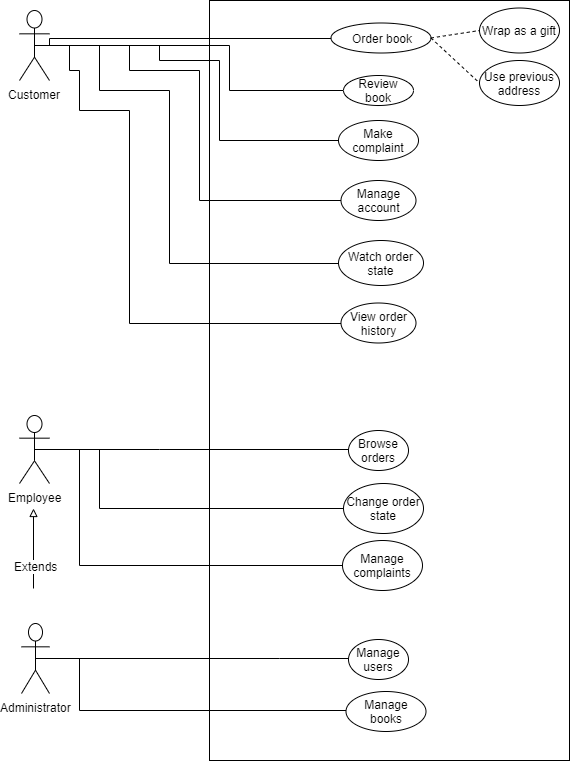
KubikJan7/IWWW keeps this draw.io diagram as term_work/docs/use_case_diagram.png. Above is the earlier version. Source tidied: cells renumbered, new cells last; positions are measured from the earlier drawing's top-left corner, leaving out a move shared by most shapes.
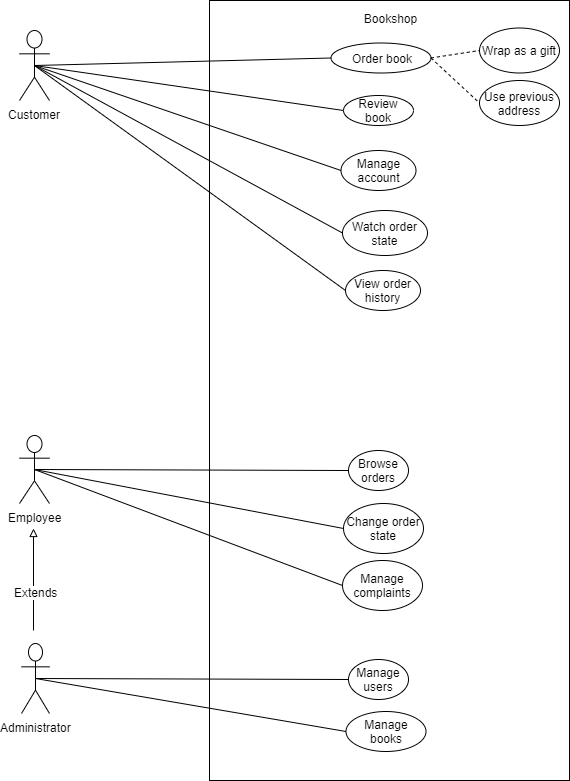
After the commit.

Change to the diagram source:
```diff
@@ -12,65 +12,23 @@
       <mxGeometry x="2" y="623" width="28" height="70" as="geometry" />
     </mxCell>
     <mxCell id="5" style="rounded=0;whiteSpace=wrap;html=1;" parent="1" vertex="1">
-      <mxGeometry x="190" width="360" height="760" as="geometry" />
+      <mxGeometry x="190" y="-20" width="360" height="780" as="geometry" />
     </mxCell>
-    <mxCell id="6" style="edgeStyle=orthogonalEdgeStyle;rounded=0;html=1;entryX=0.5;entryY=0.5;entryPerimeter=0;endArrow=none;endFill=0;jettySize=auto;" parent="1" edge="1" source="7" target="4">
-      <mxGeometry relative="1" as="geometry">
-        <Array as="points">
-          <mxPoint x="60" y="710" />
-          <mxPoint x="60" y="658" />
-        </Array>
-      </mxGeometry>
-    </mxCell>
     <mxCell id="7" value="Manage books" style="ellipse;whiteSpace=wrap;html=1;" parent="1" vertex="1">
       <mxGeometry x="326.5" y="691" width="80" height="40" as="geometry" />
     </mxCell>
-    <mxCell id="8" style="edgeStyle=orthogonalEdgeStyle;rounded=0;html=1;entryX=0.5;entryY=0.5;entryPerimeter=0;endArrow=none;endFill=0;jettySize=auto;" parent="1" edge="1" source="9" target="4">
-      <mxGeometry relative="1" as="geometry">
-        <Array as="points">
-          <mxPoint x="260" y="658" />
-          <mxPoint x="260" y="658" />
-        </Array>
-      </mxGeometry>
-    </mxCell>
     <mxCell id="9" value="Manage users" style="ellipse;whiteSpace=wrap;html=1;" parent="1" vertex="1">
       <mxGeometry x="329" y="639" width="60" height="40" as="geometry" />
     </mxCell>
-    <mxCell id="10" style="edgeStyle=orthogonalEdgeStyle;rounded=0;html=1;entryX=0.5;entryY=0.5;entryPerimeter=0;endArrow=none;endFill=0;jettySize=auto;" parent="1" edge="1" source="11" target="2">
-      <mxGeometry relative="1" as="geometry">
-        <Array as="points">
-          <mxPoint x="30" y="38" />
-          <mxPoint x="30" y="45" />
-        </Array>
-      </mxGeometry>
-    </mxCell>
     <mxCell id="11" value="Order book" style="ellipse;whiteSpace=wrap;html=1;" parent="1" vertex="1">
       <mxGeometry x="311.5" y="22.5" width="100" height="30" as="geometry" />
     </mxCell>
-    <mxCell id="12" style="edgeStyle=orthogonalEdgeStyle;rounded=0;html=1;entryX=0.5;entryY=0.5;entryPerimeter=0;endArrow=none;endFill=0;jettySize=auto;" parent="1" edge="1" source="13" target="2">
-      <mxGeometry relative="1" as="geometry">
-        <Array as="points">
-          <mxPoint x="210" y="90" />
-          <mxPoint x="210" y="45" />
-        </Array>
-      </mxGeometry>
-    </mxCell>
     <mxCell id="13" value="Review book" style="ellipse;whiteSpace=wrap;html=1;" parent="1" vertex="1">
       <mxGeometry x="324" y="75" width="70" height="30" as="geometry" />
     </mxCell>
-    <mxCell id="14" style="edgeStyle=orthogonalEdgeStyle;rounded=0;html=1;entryX=0.5;entryY=0.5;entryPerimeter=0;endArrow=none;endFill=0;jettySize=auto;exitX=0;exitY=0.5;" parent="1" edge="1" source="17" target="2">
-      <mxGeometry relative="1" as="geometry">
-        <Array as="points">
-          <mxPoint x="150" y="263" />
-          <mxPoint x="150" y="90" />
-          <mxPoint x="80" y="90" />
-          <mxPoint x="80" y="45" />
-        </Array>
-      </mxGeometry>
-    </mxCell>
     <mxCell id="15" style="endArrow=block;html=1;endFill=0;" parent="1" edge="1">
       <mxGeometry relative="1" as="geometry">
-        <mxPoint x="14" y="588" as="sourcePoint" />
+        <mxPoint x="14" y="610" as="sourcePoint" />
         <mxPoint x="14" y="508" as="targetPoint" />
       </mxGeometry>
     </mxCell>
@@ -80,42 +38,14 @@
       </mxGeometry>
     </mxCell>
     <mxCell id="17" value="Watch order state" style="ellipse;whiteSpace=wrap;html=1;" parent="1" vertex="1">
-      <mxGeometry x="319" y="240" width="85" height="45" as="geometry" />
+      <mxGeometry x="323" y="190" width="85" height="45" as="geometry" />
     </mxCell>
-    <mxCell id="18" style="edgeStyle=orthogonalEdgeStyle;rounded=0;html=1;entryX=0.5;entryY=0.5;entryPerimeter=0;endArrow=none;endFill=0;jettySize=auto;" parent="1" edge="1" source="19" target="2">
-      <mxGeometry relative="1" as="geometry">
-        <Array as="points">
-          <mxPoint x="110" y="323" />
-          <mxPoint x="110" y="110" />
-          <mxPoint x="60" y="110" />
-          <mxPoint x="60" y="70" />
-          <mxPoint x="50" y="70" />
-          <mxPoint x="50" y="45" />
-        </Array>
-      </mxGeometry>
-    </mxCell>
     <mxCell id="19" value="View order history" style="ellipse;whiteSpace=wrap;html=1;" parent="1" vertex="1">
-      <mxGeometry x="321.5" y="302.5" width="75" height="40" as="geometry" />
+      <mxGeometry x="326" y="250" width="75" height="40" as="geometry" />
     </mxCell>
-    <mxCell id="20" style="edgeStyle=orthogonalEdgeStyle;rounded=0;html=1;entryX=0.5;entryY=0.5;entryPerimeter=0;endArrow=none;endFill=0;jettySize=auto;" parent="1" edge="1" source="21" target="3">
-      <mxGeometry relative="1" as="geometry">
-        <Array as="points">
-          <mxPoint x="80" y="508" />
-          <mxPoint x="80" y="449" />
-        </Array>
-      </mxGeometry>
-    </mxCell>
     <mxCell id="21" value="Change order state" style="ellipse;whiteSpace=wrap;html=1;" parent="1" vertex="1">
       <mxGeometry x="324" y="483" width="80" height="50" as="geometry" />
     </mxCell>
-    <mxCell id="22" style="edgeStyle=orthogonalEdgeStyle;rounded=0;html=1;entryX=0.5;entryY=0.5;entryPerimeter=0;endArrow=none;endFill=0;jettySize=auto;" parent="1" edge="1" source="23" target="3">
-      <mxGeometry relative="1" as="geometry">
-        <Array as="points">
-          <mxPoint x="140" y="449" />
-          <mxPoint x="140" y="449" />
-        </Array>
-      </mxGeometry>
-    </mxCell>
     <mxCell id="23" value="Browse orders" style="ellipse;whiteSpace=wrap;html=1;" parent="1" vertex="1">
       <mxGeometry x="329" y="430" width="60" height="40" as="geometry" />
     </mxCell>
@@ -131,43 +61,44 @@
     <mxCell id="27" style="endArrow=none;dashed=1;html=1;exitX=1;exitY=0.5;entryX=0;entryY=0.5;" parent="1" edge="1" source="11" target="26">
       <mxGeometry relative="1" as="geometry" />
     </mxCell>
-    <mxCell id="28" style="edgeStyle=orthogonalEdgeStyle;rounded=0;html=1;entryX=0.5;entryY=0.5;entryPerimeter=0;endArrow=none;endFill=0;jettySize=auto;" parent="1" edge="1" source="29" target="2">
-      <mxGeometry relative="1" as="geometry">
-        <Array as="points">
-          <mxPoint x="180" y="200" />
-          <mxPoint x="180" y="70" />
-          <mxPoint x="110" y="70" />
-          <mxPoint x="110" y="45" />
-        </Array>
-      </mxGeometry>
-    </mxCell>
     <mxCell id="29" value="Manage account" style="ellipse;whiteSpace=wrap;html=1;" parent="1" vertex="1">
-      <mxGeometry x="321.5" y="180" width="75" height="40" as="geometry" />
+      <mxGeometry x="321.5" y="130" width="75" height="40" as="geometry" />
     </mxCell>
-    <mxCell id="30" style="edgeStyle=orthogonalEdgeStyle;rounded=0;html=1;entryX=0.5;entryY=0.5;entryPerimeter=0;jettySize=auto;endArrow=none;endFill=0;" parent="1" edge="1" source="31" target="2">
-      <mxGeometry relative="1" as="geometry">
-        <Array as="points">
-          <mxPoint x="200" y="140" />
-          <mxPoint x="200" y="60" />
-          <mxPoint x="140" y="60" />
-          <mxPoint x="140" y="45" />
-        </Array>
-      </mxGeometry>
-    </mxCell>
-    <mxCell id="31" value="Make complaint" style="ellipse;whiteSpace=wrap;html=1;" parent="1" vertex="1">
-      <mxGeometry x="319" y="120" width="80" height="40" as="geometry" />
-    </mxCell>
     <mxCell id="32" value="Manage complaints" style="ellipse;whiteSpace=wrap;html=1;" parent="1" vertex="1">
       <mxGeometry x="323" y="540" width="80" height="50" as="geometry" />
     </mxCell>
-    <mxCell id="33" style="edgeStyle=orthogonalEdgeStyle;rounded=0;html=1;endArrow=none;endFill=0;jettySize=auto;exitX=0;exitY=0.5;exitDx=0;exitDy=0;" parent="1" edge="1" source="32">
-      <mxGeometry relative="1" as="geometry">
-        <mxPoint x="15" y="449" as="targetPoint" />
-        <Array as="points">
-          <mxPoint x="60" y="565" />
-          <mxPoint x="60" y="449" />
-        </Array>
-      </mxGeometry>
-    </mxCell>
+    <mxCell id="34" style="endArrow=none;html=1;entryX=0;entryY=0.5;entryDx=0;entryDy=0;exitX=0.5;exitY=0.5;exitDx=0;exitDy=0;exitPerimeter=0;endFill=0;" parent="1" edge="1" source="2" target="11">
+      <mxGeometry relative="1" as="geometry" />
+    </mxCell>
+    <mxCell id="35" style="endArrow=none;html=1;entryX=0;entryY=0.5;entryDx=0;entryDy=0;exitX=0.5;exitY=0.5;exitDx=0;exitDy=0;exitPerimeter=0;endFill=0;" parent="1" edge="1" source="4" target="9">
+      <mxGeometry relative="1" as="geometry" />
+    </mxCell>
+    <mxCell id="36" style="endArrow=none;html=1;entryX=0;entryY=0.5;entryDx=0;entryDy=0;exitX=0.5;exitY=0.5;exitDx=0;exitDy=0;exitPerimeter=0;endFill=0;" parent="1" edge="1" source="4" target="7">
+      <mxGeometry relative="1" as="geometry" />
+    </mxCell>
+    <mxCell id="37" style="endArrow=none;html=1;entryX=0;entryY=0.5;entryDx=0;entryDy=0;exitX=0.5;exitY=0.5;exitDx=0;exitDy=0;exitPerimeter=0;endFill=0;" parent="1" edge="1" source="3" target="23">
+      <mxGeometry relative="1" as="geometry" />
+    </mxCell>
+    <mxCell id="38" style="endArrow=none;html=1;entryX=0;entryY=0.5;entryDx=0;entryDy=0;exitX=0.5;exitY=0.5;exitDx=0;exitDy=0;exitPerimeter=0;endFill=0;" parent="1" edge="1" source="3" target="21">
+      <mxGeometry relative="1" as="geometry" />
+    </mxCell>
+    <mxCell id="39" style="endArrow=none;html=1;entryX=0;entryY=0.5;entryDx=0;entryDy=0;exitX=0.5;exitY=0.5;exitDx=0;exitDy=0;exitPerimeter=0;endFill=0;" parent="1" edge="1" source="3" target="32">
+      <mxGeometry relative="1" as="geometry" />
+    </mxCell>
+    <mxCell id="40" style="endArrow=none;html=1;entryX=0;entryY=0.5;entryDx=0;entryDy=0;exitX=0.5;exitY=0.5;exitDx=0;exitDy=0;exitPerimeter=0;endFill=0;" parent="1" edge="1" source="2" target="13">
+      <mxGeometry relative="1" as="geometry" />
+    </mxCell>
+    <mxCell id="41" style="endArrow=none;html=1;entryX=0;entryY=0.5;entryDx=0;entryDy=0;exitX=0.5;exitY=0.5;exitDx=0;exitDy=0;exitPerimeter=0;endFill=0;" parent="1" edge="1" source="2" target="29">
+      <mxGeometry relative="1" as="geometry" />
+    </mxCell>
+    <mxCell id="42" style="endArrow=none;html=1;entryX=0;entryY=0.5;entryDx=0;entryDy=0;exitX=0.5;exitY=0.5;exitDx=0;exitDy=0;exitPerimeter=0;endFill=0;" parent="1" edge="1" source="2" target="17">
+      <mxGeometry relative="1" as="geometry" />
+    </mxCell>
+    <mxCell id="43" style="endArrow=none;html=1;entryX=0;entryY=0.5;entryDx=0;entryDy=0;exitX=0.5;exitY=0.5;exitDx=0;exitDy=0;exitPerimeter=0;endFill=0;" parent="1" edge="1" source="2" target="19">
+      <mxGeometry relative="1" as="geometry" />
+    </mxCell>
+    <mxCell id="44" value="Bookshop" style="text;html=1;strokeColor=none;fillColor=none;align=center;verticalAlign=middle;whiteSpace=wrap;rounded=0;" parent="1" vertex="1">
+      <mxGeometry x="334.5" y="-12.5" width="71" height="20" as="geometry" />
+    </mxCell>
   </root>
 </mxGraphModel>
```
